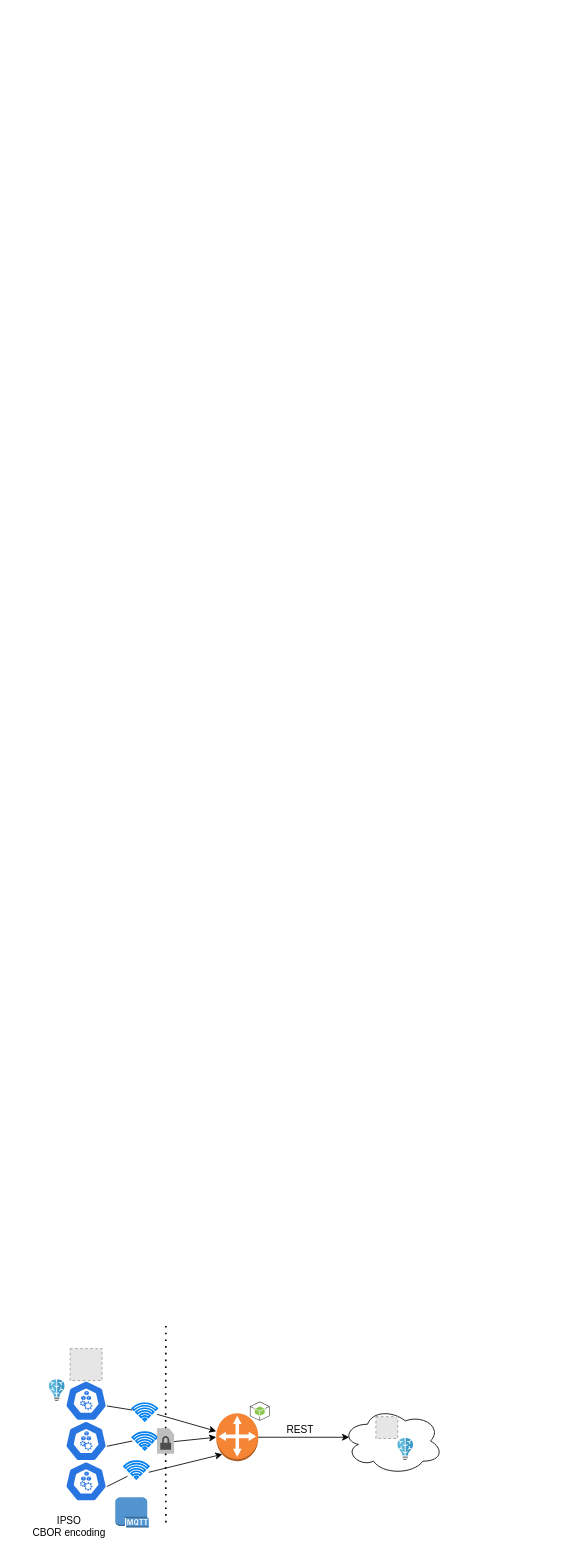
The draw.io diagram docs_misc/arch overview.drawio in andreiczc/dissertation, before the edit. Source tidied: cells renumbered, new cells numbered last; positions are measured from the earlier drawing's top-left corner, leaving out a move shared by most shapes. Both pictures are drawn from the tidied source at 84%, with x=0, y=0 at pixel (31, 1320). Pictures stored in the file or linked from it are replaced by grey dashed boxes.
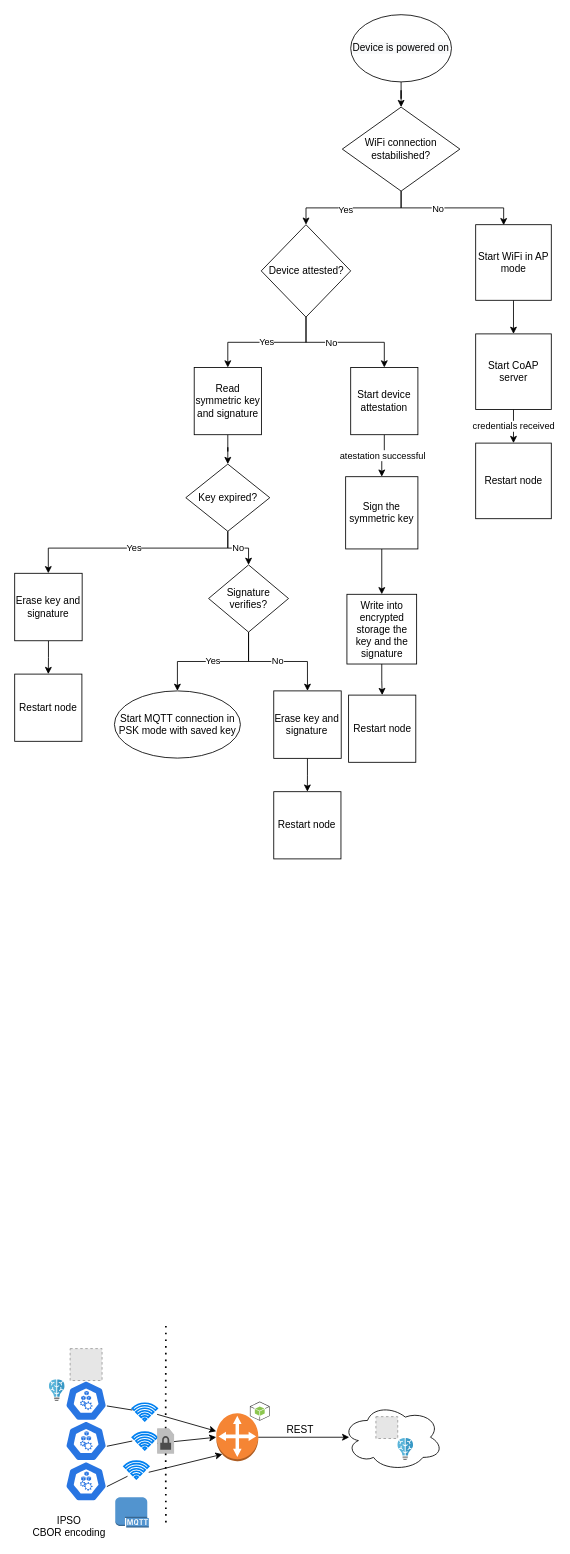
After the change.

Unchanged cells that the change refers to:
```xml
<mxCell id="4" style="outlineConnect=0;dashed=0;verticalLabelPosition=bottom;verticalAlign=top;align=center;html=1;shape=mxgraph.aws3.customer_gateway;fillColor=#F58534;gradientColor=none;" parent="1" vertex="1">
  <mxGeometry x="220" y="110" width="50" height="57" as="geometry" />
</mxCell>
```

What changed in the source:
```diff
@@
     <mxCell id="17" style="ellipse;shape=cloud;whiteSpace=wrap;html=1;" parent="1" vertex="1">
-      <mxGeometry x="370" y="103" width="120" height="80" as="geometry" />
+      <mxGeometry x="370" y="98.5" width="120" height="80" as="geometry" />
     </mxCell>
-    <mxCell id="18" style="endArrow=classic;html=1;rounded=0;exitX=1;exitY=0.5;exitDx=0;exitDy=0;exitPerimeter=0;entryX=0.069;entryY=0.444;entryDx=0;entryDy=0;entryPerimeter=0;" parent="1" edge="1" source="4" target="17">
-      <mxGeometry relative="1" as="geometry" />
+    <mxCell id="18" style="endArrow=classic;html=1;rounded=0;exitX=1;exitY=0.5;exitDx=0;exitDy=0;exitPerimeter=0;entryX=0.069;entryY=0.444;entryDx=0;entryDy=0;entryPerimeter=0;" parent="1" edge="1" source="4">
+      <mxGeometry relative="1" as="geometry">
+        <mxPoint x="378.3" y="138.5" as="targetPoint" />
+      </mxGeometry>
     </mxCell>
@@
+    <mxCell id="28" style="edgeStyle=orthogonalEdgeStyle;rounded=0;jettySize=auto;html=1;" parent="1" edge="1" source="29" target="34">
+      <mxGeometry relative="1" as="geometry" />
+    </mxCell>
+    <mxCell id="29" value="&#10;&#10;&lt;span style=&quot;color: rgb(0, 0, 0); font-family: helvetica; font-size: 12px; font-style: normal; font-weight: 400; letter-spacing: normal; text-align: center; text-indent: 0px; text-transform: none; word-spacing: 0px; background-color: rgb(248, 249, 250); display: inline; float: none;&quot;&gt;Device is powered on&lt;/span&gt;&#10;&#10;" style="ellipse;whiteSpace=wrap;html=1;" parent="1" vertex="1">
+      <mxGeometry x="380" y="-1555" width="120" height="80" as="geometry" />
+    </mxCell>
+    <mxCell id="30" style="edgeStyle=orthogonalEdgeStyle;rounded=0;jettySize=auto;html=1;" parent="1" edge="1" source="34" target="38">
+      <mxGeometry relative="1" as="geometry" />
+    </mxCell>
+    <mxCell id="31" value="Yes" style="edgeLabel;html=1;align=center;verticalAlign=middle;" parent="30" vertex="1">
+      <mxGeometry x="0.14" y="1" relative="1" as="geometry" />
+    </mxCell>
+    <mxCell id="32" style="edgeStyle=orthogonalEdgeStyle;rounded=0;jettySize=auto;html=1;exitX=0.5;exitY=1;exitDx=0;exitDy=0;entryX=0.37;entryY=0.007;entryDx=0;entryDy=0;entryPerimeter=0;" parent="1" edge="1" source="34" target="40">
+      <mxGeometry relative="1" as="geometry" />
+    </mxCell>
+    <mxCell id="33" value="No" style="edgeLabel;html=1;align=center;verticalAlign=middle;" parent="32" vertex="1">
+      <mxGeometry x="-0.22" relative="1" as="geometry" />
+    </mxCell>
+    <mxCell id="34" value="WiFi connection estabilished?" style="rhombus;whiteSpace=wrap;html=1;" parent="1" vertex="1">
+      <mxGeometry x="370" y="-1445" width="140" height="100" as="geometry" />
+    </mxCell>
+    <mxCell id="35" style="edgeStyle=orthogonalEdgeStyle;rounded=0;jettySize=auto;html=1;" parent="1" edge="1" source="38" target="46">
+      <mxGeometry relative="1" as="geometry" />
+    </mxCell>
+    <mxCell id="36" value="No" style="edgeLabel;html=1;align=center;verticalAlign=middle;" parent="35" vertex="1">
+      <mxGeometry x="-0.22" relative="1" as="geometry" />
+    </mxCell>
+    <mxCell id="37" value="Yes" style="edgeStyle=orthogonalEdgeStyle;rounded=0;jettySize=auto;html=1;" parent="1" edge="1" source="38" target="53">
+      <mxGeometry relative="1" as="geometry" />
+    </mxCell>
+    <mxCell id="38" value="Device attested?" style="rhombus;whiteSpace=wrap;html=1;" parent="1" vertex="1">
+      <mxGeometry x="273.5" y="-1305" width="106.5" height="110" as="geometry" />
+    </mxCell>
+    <mxCell id="39" style="edgeStyle=orthogonalEdgeStyle;rounded=0;jettySize=auto;html=1;entryX=0.5;entryY=0;entryDx=0;entryDy=0;" parent="1" edge="1" source="40" target="42">
+      <mxGeometry relative="1" as="geometry" />
+    </mxCell>
+    <mxCell id="40" value="Start WiFi in AP mode" style="whiteSpace=wrap;html=1;" parent="1" vertex="1">
+      <mxGeometry x="528.8" y="-1305" width="90" height="90" as="geometry" />
+    </mxCell>
+    <mxCell id="41" value="credentials received" style="edgeStyle=orthogonalEdgeStyle;rounded=0;jettySize=auto;html=1;entryX=0.5;entryY=0;entryDx=0;entryDy=0;" parent="1" edge="1" source="42" target="43">
+      <mxGeometry relative="1" as="geometry" />
+    </mxCell>
+    <mxCell id="42" value="Start CoAP server" style="whiteSpace=wrap;html=1;" parent="1" vertex="1">
+      <mxGeometry x="528.8" y="-1175" width="90" height="90" as="geometry" />
+    </mxCell>
+    <mxCell id="43" value="Restart node" style="whiteSpace=wrap;html=1;" parent="1" vertex="1">
+      <mxGeometry x="528.8" y="-1045" width="90" height="90" as="geometry" />
+    </mxCell>
+    <mxCell id="44" value="Start MQTT connection in PSK mode with saved key" style="ellipse;whiteSpace=wrap;html=1;" parent="1" vertex="1">
+      <mxGeometry x="98.7" y="-750" width="150" height="80" as="geometry" />
+    </mxCell>
+    <mxCell id="45" value="atestation successful" style="edgeStyle=orthogonalEdgeStyle;rounded=0;jettySize=auto;html=1;entryX=0.5;entryY=0;entryDx=0;entryDy=0;" parent="1" edge="1" source="46" target="48">
+      <mxGeometry relative="1" as="geometry" />
+    </mxCell>
+    <mxCell id="46" value="Start device attestation" style="whiteSpace=wrap;html=1;" parent="1" vertex="1">
+      <mxGeometry x="380" y="-1135" width="80" height="80" as="geometry" />
+    </mxCell>
+    <mxCell id="47" style="edgeStyle=orthogonalEdgeStyle;rounded=0;jettySize=auto;html=1;entryX=0.5;entryY=0;entryDx=0;entryDy=0;" parent="1" edge="1" source="48" target="50">
+      <mxGeometry relative="1" as="geometry" />
+    </mxCell>
+    <mxCell id="48" value="Sign the symmetric key" style="whiteSpace=wrap;html=1;" parent="1" vertex="1">
+      <mxGeometry x="374" y="-1005" width="86" height="86" as="geometry" />
+    </mxCell>
+    <mxCell id="49" style="edgeStyle=orthogonalEdgeStyle;rounded=0;jettySize=auto;html=1;" parent="1" edge="1" source="50" target="51">
+      <mxGeometry relative="1" as="geometry" />
+    </mxCell>
+    <mxCell id="50" value="Write into encrypted storage the key and the signature" style="whiteSpace=wrap;html=1;" parent="1" vertex="1">
+      <mxGeometry x="375.5" y="-865" width="83" height="83" as="geometry" />
+    </mxCell>
+    <mxCell id="51" value="Restart node" style="whiteSpace=wrap;html=1;" parent="1" vertex="1">
+      <mxGeometry x="377.5" y="-745" width="80" height="80" as="geometry" />
+    </mxCell>
+    <mxCell id="52" style="edgeStyle=orthogonalEdgeStyle;rounded=0;jettySize=auto;html=1;entryX=0.5;entryY=0;entryDx=0;entryDy=0;" parent="1" edge="1" source="53" target="62">
+      <mxGeometry relative="1" as="geometry" />
+    </mxCell>
+    <mxCell id="53" value="Read symmetric key and signature" style="whiteSpace=wrap;html=1;" parent="1" vertex="1">
+      <mxGeometry x="193.7" y="-1135" width="80" height="80" as="geometry" />
+    </mxCell>
+    <mxCell id="54" value="Yes" style="edgeStyle=orthogonalEdgeStyle;rounded=0;jettySize=auto;html=1;entryX=0.5;entryY=0;entryDx=0;entryDy=0;" parent="1" edge="1" source="56" target="44">
+      <mxGeometry relative="1" as="geometry" />
+    </mxCell>
+    <mxCell id="55" value="No" style="edgeStyle=orthogonalEdgeStyle;rounded=0;jettySize=auto;html=1;entryX=0.5;entryY=0;entryDx=0;entryDy=0;" parent="1" edge="1" source="56" target="58">
+      <mxGeometry relative="1" as="geometry" />
+    </mxCell>
+    <mxCell id="56" value="Signature verifies?" style="rhombus;whiteSpace=wrap;html=1;" parent="1" vertex="1">
+      <mxGeometry x="210.8" y="-900" width="95.2" height="80" as="geometry" />
+    </mxCell>
+    <mxCell id="57" style="edgeStyle=orthogonalEdgeStyle;rounded=0;jettySize=auto;html=1;entryX=0.5;entryY=0;entryDx=0;entryDy=0;" parent="1" edge="1" source="58" target="59">
+      <mxGeometry relative="1" as="geometry" />
+    </mxCell>
+    <mxCell id="58" value="Erase key and signature" style="whiteSpace=wrap;html=1;" parent="1" vertex="1">
+      <mxGeometry x="288.4" y="-750" width="80.3" height="80.3" as="geometry" />
+    </mxCell>
+    <mxCell id="59" value="Restart node" style="whiteSpace=wrap;html=1;" parent="1" vertex="1">
+      <mxGeometry x="288.4" y="-630" width="80" height="80" as="geometry" />
+    </mxCell>
+    <mxCell id="60" value="No" style="edgeStyle=orthogonalEdgeStyle;rounded=0;jettySize=auto;html=1;" parent="1" edge="1" source="62" target="56">
+      <mxGeometry relative="1" as="geometry" />
+    </mxCell>
+    <mxCell id="61" value="Yes" style="edgeStyle=orthogonalEdgeStyle;rounded=0;jettySize=auto;html=1;" parent="1" edge="1" source="62" target="64">
+      <mxGeometry relative="1" as="geometry">
+        <Array as="points">
+          <mxPoint x="234" y="-920" />
+          <mxPoint x="20" y="-920" />
+        </Array>
+      </mxGeometry>
+    </mxCell>
+    <mxCell id="62" value="Key expired?" style="rhombus;whiteSpace=wrap;html=1;" parent="1" vertex="1">
+      <mxGeometry x="183.7" y="-1020" width="100" height="80" as="geometry" />
+    </mxCell>
+    <mxCell id="63" style="edgeStyle=orthogonalEdgeStyle;rounded=0;jettySize=auto;html=1;entryX=0.5;entryY=0;entryDx=0;entryDy=0;" parent="1" edge="1" source="64" target="65">
+      <mxGeometry relative="1" as="geometry" />
+    </mxCell>
+    <mxCell id="64" value="Erase key and signature" style="whiteSpace=wrap;html=1;" parent="1" vertex="1">
+      <mxGeometry x="-20" y="-890" width="80.3" height="80.3" as="geometry" />
+    </mxCell>
+    <mxCell id="65" value="Restart node" style="whiteSpace=wrap;html=1;" parent="1" vertex="1">
+      <mxGeometry x="-20" y="-770" width="80" height="80" as="geometry" />
+    </mxCell>
```
